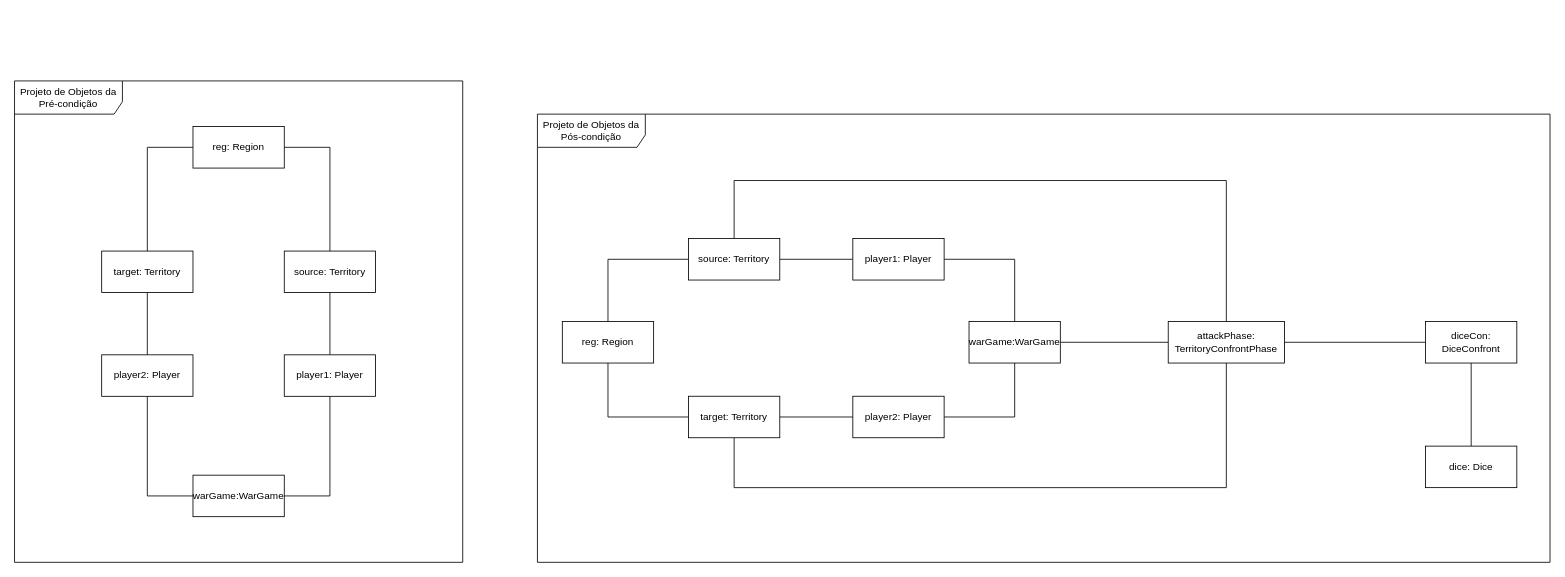
Gil32610/operation-contract-territory-confront keeps this draw.io diagram as object-project.drawio. Above is the earlier version. Source tidied: cells renumbered, new cells numbered last; positions are measured from the earlier drawing's top-left corner, leaving out a move shared by most shapes. Both pictures are drawn from the tidied source at 83%, with x=0, y=0 at pixel (14, 81).
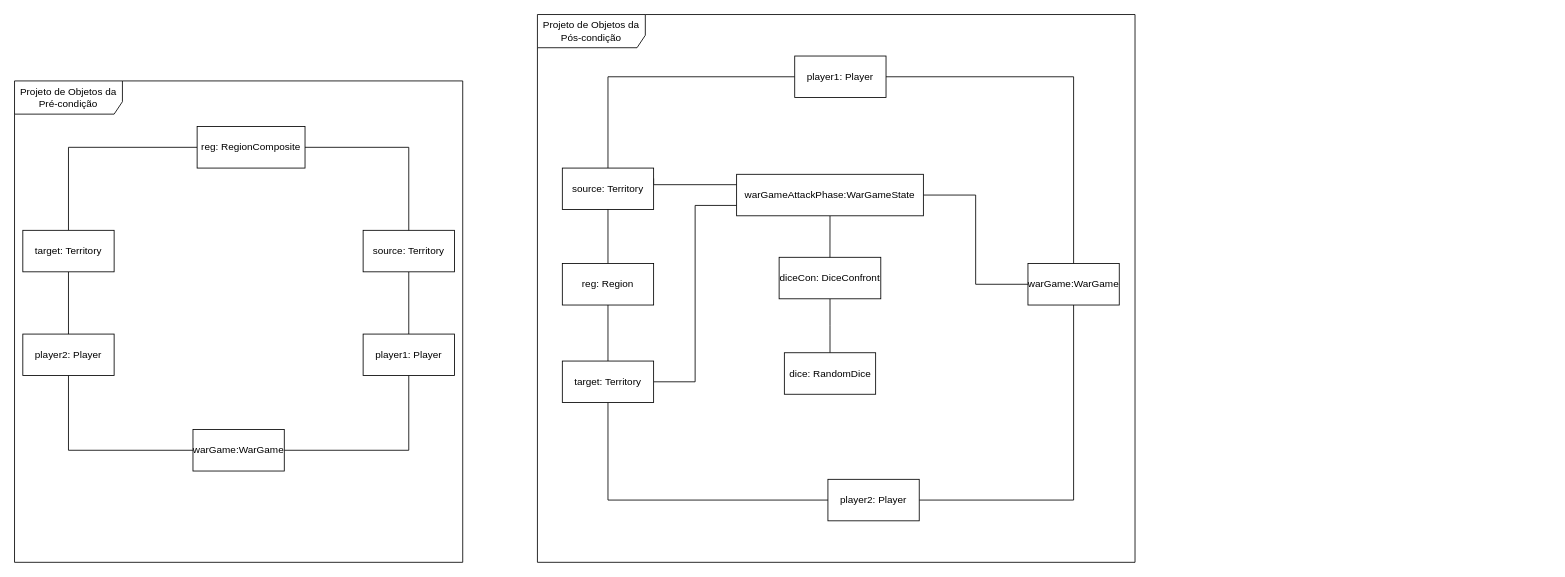
After the change.

Commit message:
state and composite objects

Diff of the diagram source:
```diff
@@
     <mxCell id="3" value="warGame:WarGame" style="html=1;whiteSpace=wrap;" parent="1" vertex="1">
-      <mxGeometry x="215" y="475" width="110" height="50" as="geometry" />
+      <mxGeometry x="215" y="420" width="110" height="50" as="geometry" />
     </mxCell>
@@
     <mxCell id="5" value="player2: Player" style="html=1;whiteSpace=wrap;" parent="1" vertex="1">
-      <mxGeometry x="105" y="330" width="110" height="50" as="geometry" />
+      <mxGeometry x="10" y="305" width="110" height="50" as="geometry" />
     </mxCell>
@@
     <mxCell id="7" value="player1: Player" style="html=1;whiteSpace=wrap;" parent="1" vertex="1">
-      <mxGeometry x="325" y="330" width="110" height="50" as="geometry" />
+      <mxGeometry x="420" y="305" width="110" height="50" as="geometry" />
     </mxCell>
     <mxCell id="8" value="source: Territory" style="html=1;whiteSpace=wrap;" parent="1" vertex="1">
-      <mxGeometry x="325" y="205" width="110" height="50" as="geometry" />
+      <mxGeometry x="420" y="180" width="110" height="50" as="geometry" />
     </mxCell>
-    <mxCell id="9" style="edgeStyle=orthogonalEdgeStyle;rounded=0;jettySize=auto;html=1;entryX=0;entryY=0.5;entryDx=0;entryDy=0;endArrow=none;endFill=0;" parent="1" edge="1" source="11" target="13">
+    <mxCell id="9" style="edgeStyle=orthogonalEdgeStyle;rounded=0;jettySize=auto;html=1;entryX=0;entryY=0.5;entryDx=0;entryDy=0;endArrow=none;endFill=0;exitX=0.5;exitY=0;exitDx=0;exitDy=0;" parent="1" edge="1" source="11" target="13">
       <mxGeometry relative="1" as="geometry" />
     </mxCell>
@@
     <mxCell id="11" value="target: Territory" style="html=1;whiteSpace=wrap;" parent="1" vertex="1">
-      <mxGeometry x="105" y="205" width="110" height="50" as="geometry" />
+      <mxGeometry x="10" y="180" width="110" height="50" as="geometry" />
     </mxCell>
@@
-    <mxCell id="13" value="reg: Region" style="html=1;whiteSpace=wrap;" parent="1" vertex="1">
-      <mxGeometry x="215" y="55" width="110" height="50" as="geometry" />
+    <mxCell id="13" value="reg: RegionComposite" style="html=1;whiteSpace=wrap;" parent="1" vertex="1">
+      <mxGeometry x="220" y="55" width="130" height="50" as="geometry" />
     </mxCell>
@@
-    <mxCell id="16" style="edgeStyle=orthogonalEdgeStyle;rounded=0;jettySize=auto;html=1;entryX=0;entryY=0.5;entryDx=0;entryDy=0;endArrow=none;endFill=0;" parent="1" edge="1" source="17" target="32">
-      <mxGeometry relative="1" as="geometry" />
-    </mxCell>
+    <mxCell id="36" style="edgeStyle=orthogonalEdgeStyle;rounded=0;jettySize=auto;html=1;entryX=1;entryY=0.5;entryDx=0;entryDy=0;endArrow=none;endFill=0;" parent="1" edge="1" source="17" target="40">
+      <mxGeometry relative="1" as="geometry" />
+    </mxCell>
     <mxCell id="17" value="warGame:WarGame" style="html=1;whiteSpace=wrap;" parent="1" vertex="1">
-      <mxGeometry x="1150" y="289.9" width="110" height="50" as="geometry" />
+      <mxGeometry x="1221" y="220" width="110" height="50" as="geometry" />
     </mxCell>
@@
-    <mxCell id="19" style="edgeStyle=orthogonalEdgeStyle;rounded=0;jettySize=auto;html=1;entryX=0.5;entryY=1;entryDx=0;entryDy=0;endArrow=none;endFill=0;exitX=0.5;exitY=1;exitDx=0;exitDy=0;" parent="1" edge="1" source="27" target="32">
-      <mxGeometry relative="1" as="geometry">
-        <Array as="points">
-          <mxPoint x="867" y="490" />
-          <mxPoint x="1460" y="490" />
-        </Array>
-      </mxGeometry>
-    </mxCell>
     <mxCell id="20" value="player2: Player" style="html=1;whiteSpace=wrap;" parent="1" vertex="1">
-      <mxGeometry x="1010" y="379.9" width="110" height="50" as="geometry" />
+      <mxGeometry x="980" y="480" width="110" height="50" as="geometry" />
     </mxCell>
-    <mxCell id="21" style="edgeStyle=orthogonalEdgeStyle;rounded=0;jettySize=auto;html=1;entryX=1;entryY=0.5;entryDx=0;entryDy=0;endArrow=none;endFill=0;" parent="1" edge="1" source="23" target="24">
+    <mxCell id="21" style="edgeStyle=orthogonalEdgeStyle;rounded=0;jettySize=auto;html=1;entryX=0.5;entryY=0;entryDx=0;entryDy=0;endArrow=none;endFill=0;" parent="1" edge="1" source="23" target="24">
       <mxGeometry relative="1" as="geometry" />
     </mxCell>
-    <mxCell id="22" style="edgeStyle=orthogonalEdgeStyle;rounded=0;jettySize=auto;html=1;entryX=0.5;entryY=0;entryDx=0;entryDy=0;endArrow=none;endFill=0;exitX=0.5;exitY=0;exitDx=0;exitDy=0;" parent="1" edge="1" source="24" target="32">
-      <mxGeometry relative="1" as="geometry">
-        <Array as="points">
-          <mxPoint x="867" y="120" />
-          <mxPoint x="1460" y="120" />
-        </Array>
-      </mxGeometry>
-    </mxCell>
     <mxCell id="23" value="player1: Player" style="html=1;whiteSpace=wrap;" parent="1" vertex="1">
-      <mxGeometry x="1010" y="189.9" width="110" height="50" as="geometry" />
+      <mxGeometry x="940" y="-30" width="110" height="50" as="geometry" />
     </mxCell>
+    <mxCell id="37" style="edgeStyle=orthogonalEdgeStyle;rounded=0;jettySize=auto;html=1;entryX=0;entryY=0.25;entryDx=0;entryDy=0;exitX=1;exitY=0.25;exitDx=0;exitDy=0;endArrow=none;endFill=0;" parent="1" edge="1" source="24" target="40">
+      <mxGeometry relative="1" as="geometry">
+        <Array as="points">
+          <mxPoint x="770" y="125" />
+        </Array>
+      </mxGeometry>
+    </mxCell>
     <mxCell id="24" value="source: Territory" style="html=1;whiteSpace=wrap;" parent="1" vertex="1">
-      <mxGeometry x="812" y="189.9" width="110" height="50" as="geometry" />
+      <mxGeometry x="660" y="105" width="110" height="50" as="geometry" />
     </mxCell>
@@
-    <mxCell id="26" style="edgeStyle=orthogonalEdgeStyle;rounded=0;jettySize=auto;html=1;entryX=0;entryY=0.5;entryDx=0;entryDy=0;endArrow=none;endFill=0;exitX=1;exitY=0.5;exitDx=0;exitDy=0;" parent="1" edge="1" source="27" target="20">
+    <mxCell id="26" style="edgeStyle=orthogonalEdgeStyle;rounded=0;jettySize=auto;html=1;entryX=0;entryY=0.5;entryDx=0;entryDy=0;exitX=0.5;exitY=1;exitDx=0;exitDy=0;endArrow=none;endFill=0;" parent="1" edge="1" source="27" target="20">
       <mxGeometry relative="1" as="geometry" />
     </mxCell>
+    <mxCell id="38" style="edgeStyle=orthogonalEdgeStyle;rounded=0;jettySize=auto;html=1;entryX=0;entryY=0.75;entryDx=0;entryDy=0;endArrow=none;endFill=0;" parent="1" edge="1" source="27" target="40">
+      <mxGeometry relative="1" as="geometry" />
+    </mxCell>
     <mxCell id="27" value="target: Territory" style="html=1;whiteSpace=wrap;" parent="1" vertex="1">
-      <mxGeometry x="812" y="379.9" width="110" height="50" as="geometry" />
+      <mxGeometry x="660" y="337.5" width="110" height="50" as="geometry" />
     </mxCell>
-    <mxCell id="28" style="edgeStyle=orthogonalEdgeStyle;rounded=0;jettySize=auto;html=1;entryX=0;entryY=0.5;entryDx=0;entryDy=0;exitX=0.5;exitY=0;exitDx=0;exitDy=0;endArrow=none;endFill=0;" parent="1" edge="1" source="29" target="24">
+    <mxCell id="28" style="edgeStyle=orthogonalEdgeStyle;rounded=0;jettySize=auto;html=1;entryX=0.5;entryY=1;entryDx=0;entryDy=0;exitX=0.5;exitY=0;exitDx=0;exitDy=0;endArrow=none;endFill=0;" parent="1" edge="1" source="29" target="24">
       <mxGeometry relative="1" as="geometry" />
     </mxCell>
     <mxCell id="29" value="reg: Region" style="html=1;whiteSpace=wrap;" parent="1" vertex="1">
-      <mxGeometry x="660" y="289.9" width="110" height="50" as="geometry" />
+      <mxGeometry x="660" y="220" width="110" height="50" as="geometry" />
     </mxCell>
     <mxCell id="30" value="&lt;div&gt;Projeto de Objetos da Pós-condição&lt;/div&gt;" style="shape=umlFrame;whiteSpace=wrap;html=1;width=130;height=40;" parent="1" vertex="1">
-      <mxGeometry x="630" y="40" width="1220" height="540" as="geometry" />
+      <mxGeometry x="630" y="-80" width="720" height="660" as="geometry" />
     </mxCell>
-    <mxCell id="31" style="edgeStyle=orthogonalEdgeStyle;rounded=0;jettySize=auto;html=1;endArrow=none;endFill=0;" parent="1" edge="1" source="32" target="34">
-      <mxGeometry relative="1" as="geometry" />
-    </mxCell>
-    <mxCell id="32" value="&lt;blockquote&gt;attackPhase: TerritoryConfrontPhase&lt;/blockquote&gt;" style="html=1;whiteSpace=wrap;" parent="1" vertex="1">
-      <mxGeometry x="1390" y="289.9" width="140" height="50" as="geometry" />
-    </mxCell>
@@
     <mxCell id="34" value="diceCon: DiceConfront" style="html=1;whiteSpace=wrap;" parent="1" vertex="1">
-      <mxGeometry x="1700" y="289.9" width="110" height="50" as="geometry" />
+      <mxGeometry x="921.2" y="212.5" width="122.5" height="50" as="geometry" />
     </mxCell>
-    <mxCell id="35" value="dice: Dice" style="html=1;whiteSpace=wrap;" parent="1" vertex="1">
-      <mxGeometry x="1700" y="440" width="110" height="50" as="geometry" />
+    <mxCell id="35" value="dice: RandomDice" style="html=1;whiteSpace=wrap;" parent="1" vertex="1">
+      <mxGeometry x="927.5" y="327.5" width="110" height="50" as="geometry" />
     </mxCell>
+    <mxCell id="39" style="edgeStyle=orthogonalEdgeStyle;rounded=0;jettySize=auto;html=1;entryX=0.5;entryY=0;entryDx=0;entryDy=0;exitX=0.5;exitY=1;exitDx=0;exitDy=0;endArrow=none;endFill=0;" parent="1" edge="1" source="40" target="34">
+      <mxGeometry relative="1" as="geometry" />
+    </mxCell>
+    <mxCell id="40" value="warGameAttackPhase:WarGameState" style="html=1;whiteSpace=wrap;" parent="1" vertex="1">
+      <mxGeometry x="870" y="112.5" width="225" height="50" as="geometry" />
+    </mxCell>
```
